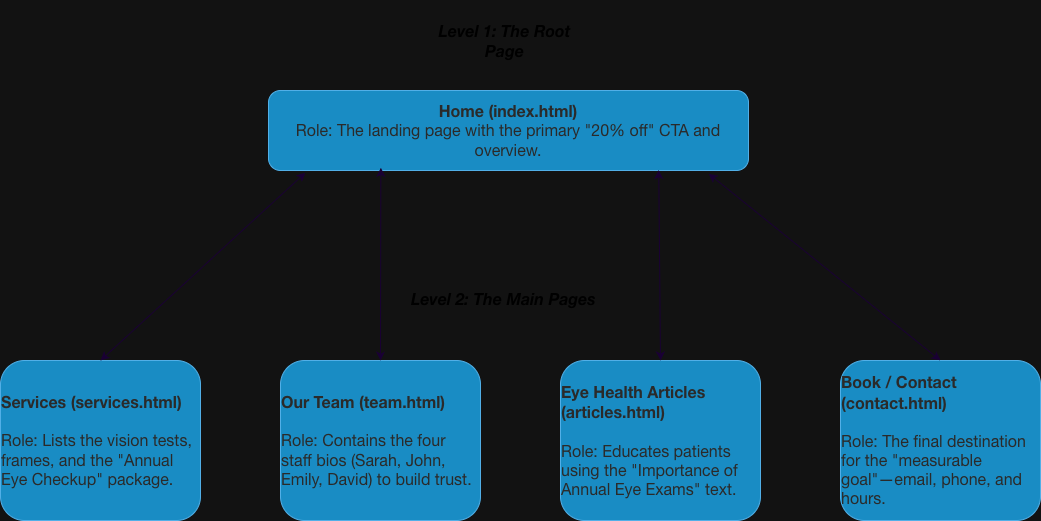
Before: Assignment 1/images/sitemap_assessment_2.png, a diagram exported from draw.io (BowdenBen/CP1406). Source tidied: cells renumbered, new cells last; positions are measured from the earlier drawing's top-left corner, leaving out a move shared by most shapes.
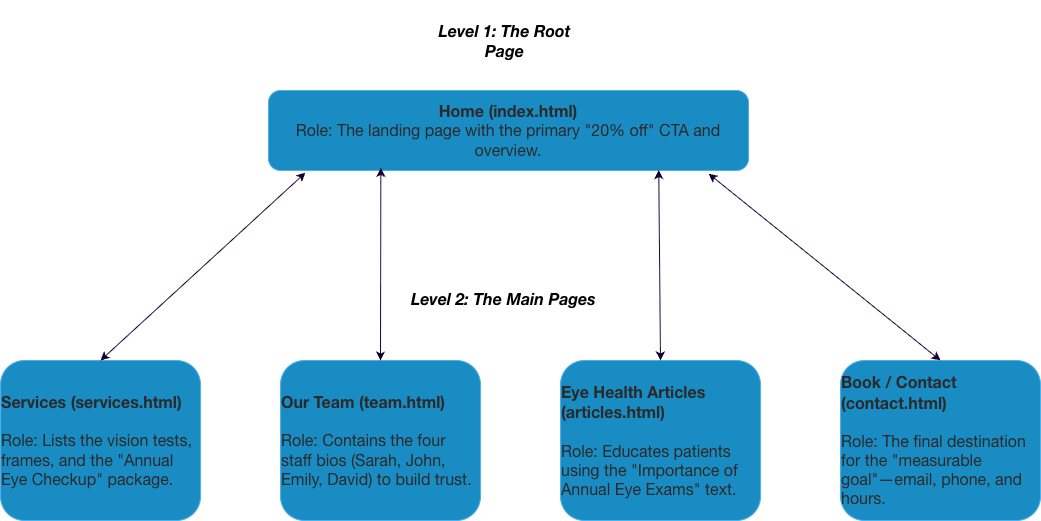
Above is the later version.

Commit message:
new sitemap, with background transparent

The edit, as a diff of the source:
```diff
@@ -26,7 +26,7 @@
     <mxCell id="9" style="endArrow=classic;startArrow=classic;html=1;rounded=0;entryX=0.813;entryY=0.994;entryDx=0;entryDy=0;entryPerimeter=0;exitX=0.5;exitY=0;exitDx=0;exitDy=0;fontColor=light-dark(#000000,#190033);strokeColor=light-dark(#000000,#190033);" parent="1" edge="1" source="5" target="2">
       <mxGeometry relative="1" as="geometry" />
     </mxCell>
-    <mxCell id="10" style="endArrow=classic;startArrow=classic;html=1;rounded=0;entryX=0.917;entryY=1.04;entryDx=0;entryDy=0;entryPerimeter=0;exitX=0.5;exitY=0;exitDx=0;exitDy=0;fontColor=light-dark(#000000,#190033);strokeColor=light-dark(#000000,#190033);" parent="1" edge="1" source="6" target="2">
+    <mxCell id="10" style="endArrow=classic;startArrow=classic;html=1;rounded=0;entryX=0.917;entryY=1.04;entryDx=0;entryDy=0;entryPerimeter=0;exitX=0.5;exitY=0;exitDx=0;exitDy=0;fontColor=light-dark(#000000,#190033);strokeColor=light-dark(#000000,#190033);labelBackgroundColor=none;" parent="1" edge="1" source="6" target="2">
       <mxGeometry relative="1" as="geometry" />
     </mxCell>
     <mxCell id="11" value="&lt;span style=&quot;font-family: &amp;quot;Google Sans Flex&amp;quot;, &amp;quot;Google Sans&amp;quot;, &amp;quot;Helvetica Neue&amp;quot;, sans-serif; font-size: 16px; font-variant-ligatures: none; text-align: start; white-space-collapse: preserve;&quot;&gt;Level 2: The Main Pages &lt;/span&gt;" style="text;html=1;whiteSpace=wrap;strokeColor=none;fillColor=none;align=center;verticalAlign=middle;rounded=0;labelBackgroundColor=none;fontColor=light-dark(#000000,#000000);fontStyle=3;" parent="1" vertex="1">
```
